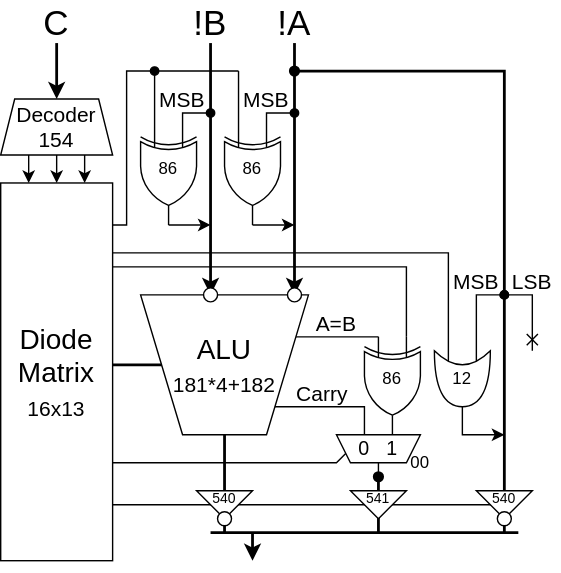
amane-uehara/kanade-k-1228.github.io keeps this draw.io diagram as Lab/Computer/RK16/9_Hardware/img/ALU.dio.svg. Above is the earlier version. Source tidied: cells renumbered, new cells last; positions are measured from the earlier drawing's top-left corner, leaving out a move shared by most shapes.
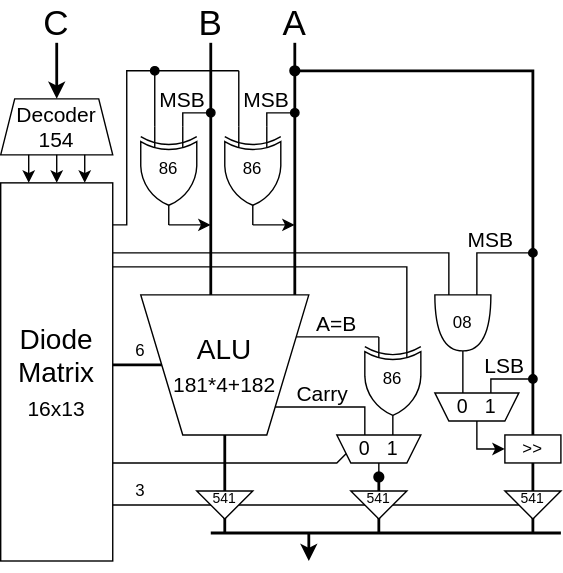
Above is the later version.

What changed in the source:
```diff
@@ -4,8 +4,8 @@
     <mxCell id="1" parent="0" />
     <mxCell id="2" style="endArrow=none;html=1;fontSize=20;strokeWidth=2;endFill=0;" parent="1" edge="1">
       <mxGeometry relative="1" as="geometry">
-        <mxPoint x="360" y="360" as="sourcePoint" />
-        <mxPoint x="360" y="380" as="targetPoint" />
+        <mxPoint x="380" y="360" as="sourcePoint" />
+        <mxPoint x="380" y="380" as="targetPoint" />
       </mxGeometry>
     </mxCell>
     <mxCell id="3" style="endArrow=none;html=1;fontSize=20;strokeWidth=2;endFill=0;" parent="1" edge="1">
@@ -29,13 +29,13 @@
         </Array>
       </mxGeometry>
     </mxCell>
-    <mxCell id="6" value="!A" style="text;html=1;strokeColor=none;fillColor=none;align=center;verticalAlign=middle;whiteSpace=wrap;rounded=0;fontSize=25;" parent="1" vertex="1">
+    <mxCell id="6" value="A" style="text;html=1;strokeColor=none;fillColor=none;align=center;verticalAlign=middle;whiteSpace=wrap;rounded=0;fontSize=25;" parent="1" vertex="1">
       <mxGeometry x="190" width="40" height="30" as="geometry" />
     </mxCell>
     <mxCell id="7" value="MSB" style="text;html=1;strokeColor=none;fillColor=none;align=center;verticalAlign=middle;whiteSpace=wrap;rounded=0;fontSize=15;" parent="1" vertex="1">
       <mxGeometry x="110" y="60" width="40" height="20" as="geometry" />
     </mxCell>
-    <mxCell id="8" style="endArrow=classic;html=1;fontSize=20;strokeWidth=2;" parent="1" edge="1">
+    <mxCell id="8" style="endArrow=none;html=1;fontSize=20;strokeWidth=2;endFill=0;" parent="1" edge="1">
       <mxGeometry relative="1" as="geometry">
         <mxPoint x="150" y="30" as="sourcePoint" />
         <mxPoint x="150" y="210" as="targetPoint" />
@@ -44,7 +44,7 @@
     <mxCell id="9" style="endArrow=none;html=1;fontSize=20;rounded=0;endFill=0;" parent="1" edge="1">
       <mxGeometry relative="1" as="geometry">
         <mxPoint x="80" y="180" as="sourcePoint" />
-        <mxPoint x="320" y="260" as="targetPoint" />
+        <mxPoint x="320" y="210" as="targetPoint" />
         <Array as="points">
           <mxPoint x="320" y="180" />
         </Array>
@@ -111,16 +111,16 @@
     <mxCell id="20" style="endArrow=none;html=1;fontSize=20;strokeWidth=2;rounded=0;endFill=0;startArrow=oval;startFill=1;" parent="1" edge="1">
       <mxGeometry relative="1" as="geometry">
         <mxPoint x="210" y="50" as="sourcePoint" />
-        <mxPoint x="360" y="350" as="targetPoint" />
+        <mxPoint x="380" y="310" as="targetPoint" />
         <Array as="points">
-          <mxPoint x="360" y="50" />
+          <mxPoint x="380" y="50" />
         </Array>
       </mxGeometry>
     </mxCell>
     <mxCell id="21" value="MSB" style="text;html=1;strokeColor=none;fillColor=none;align=center;verticalAlign=middle;whiteSpace=wrap;rounded=0;fontSize=15;" parent="1" vertex="1">
       <mxGeometry x="170" y="60" width="40" height="20" as="geometry" />
     </mxCell>
-    <mxCell id="22" style="endArrow=classic;html=1;fontSize=20;strokeWidth=2;" parent="1" edge="1">
+    <mxCell id="22" style="endArrow=none;html=1;fontSize=20;strokeWidth=2;endFill=0;" parent="1" edge="1">
       <mxGeometry relative="1" as="geometry">
         <mxPoint x="210" y="30" as="sourcePoint" />
         <mxPoint x="210" y="210" as="targetPoint" />
@@ -150,7 +150,7 @@
         <mxPoint x="170" y="50" as="targetPoint" />
       </mxGeometry>
     </mxCell>
-    <mxCell id="27" value="!B" style="text;html=1;strokeColor=none;fillColor=none;align=center;verticalAlign=middle;whiteSpace=wrap;rounded=0;fontSize=25;" parent="1" vertex="1">
+    <mxCell id="27" value="B" style="text;html=1;strokeColor=none;fillColor=none;align=center;verticalAlign=middle;whiteSpace=wrap;rounded=0;fontSize=25;" parent="1" vertex="1">
       <mxGeometry x="130" width="40" height="30" as="geometry" />
     </mxCell>
     <mxCell id="28" style="endArrow=none;html=1;fontSize=20;strokeWidth=2;endFill=0;" parent="1" edge="1">
@@ -166,35 +166,35 @@
       </mxGeometry>
     </mxCell>
     <mxCell id="30" value="LSB" style="text;html=1;strokeColor=none;fillColor=none;align=center;verticalAlign=middle;whiteSpace=wrap;rounded=0;fontSize=15;" parent="1" vertex="1">
-      <mxGeometry x="360" y="190" width="40" height="20" as="geometry" />
+      <mxGeometry x="340" y="250" width="40" height="20" as="geometry" />
     </mxCell>
     <mxCell id="31" value="MSB" style="text;html=1;strokeColor=none;fillColor=none;align=center;verticalAlign=middle;whiteSpace=wrap;rounded=0;fontSize=15;" parent="1" vertex="1">
-      <mxGeometry x="320" y="190" width="40" height="20" as="geometry" />
+      <mxGeometry x="330" y="160" width="40" height="20" as="geometry" />
     </mxCell>
     <mxCell id="32" style="endArrow=oval;html=1;fontSize=20;endFill=1;rounded=0;startArrow=none;startFill=0;" parent="1" edge="1">
       <mxGeometry relative="1" as="geometry">
-        <mxPoint x="340" y="260" as="sourcePoint" />
-        <mxPoint x="360" y="210" as="targetPoint" />
+        <mxPoint x="340" y="210" as="sourcePoint" />
+        <mxPoint x="380" y="180" as="targetPoint" />
         <Array as="points">
-          <mxPoint x="340" y="210" />
+          <mxPoint x="340" y="180" />
         </Array>
       </mxGeometry>
     </mxCell>
-    <mxCell id="33" style="endArrow=oval;html=1;fontSize=20;endFill=1;rounded=0;startArrow=cross;startFill=0;" parent="1" edge="1">
+    <mxCell id="33" style="endArrow=oval;html=1;fontSize=20;endFill=1;rounded=0;startArrow=none;startFill=0;" parent="1" edge="1">
       <mxGeometry relative="1" as="geometry">
-        <mxPoint x="380" y="250" as="sourcePoint" />
-        <mxPoint x="360" y="210" as="targetPoint" />
+        <mxPoint x="350" y="280" as="sourcePoint" />
+        <mxPoint x="380" y="270" as="targetPoint" />
         <Array as="points">
-          <mxPoint x="380" y="210" />
+          <mxPoint x="350" y="270" />
         </Array>
       </mxGeometry>
     </mxCell>
     <mxCell id="34" style="endArrow=classic;html=1;fontSize=20;endFill=1;rounded=0;" parent="1" edge="1">
       <mxGeometry relative="1" as="geometry">
-        <mxPoint x="330" y="290" as="sourcePoint" />
-        <mxPoint x="360" y="310" as="targetPoint" />
+        <mxPoint x="340" y="300" as="sourcePoint" />
+        <mxPoint x="360" y="320" as="targetPoint" />
         <Array as="points">
-          <mxPoint x="330" y="310" />
+          <mxPoint x="340" y="320" />
         </Array>
       </mxGeometry>
     </mxCell>
@@ -260,14 +260,14 @@
     </mxCell>
     <mxCell id="47" style="endArrow=classic;html=1;fontSize=20;strokeWidth=2;" parent="1" edge="1">
       <mxGeometry relative="1" as="geometry">
-        <mxPoint x="180" y="380" as="sourcePoint" />
-        <mxPoint x="180" y="400" as="targetPoint" />
+        <mxPoint x="220" y="380" as="sourcePoint" />
+        <mxPoint x="220" y="400" as="targetPoint" />
       </mxGeometry>
     </mxCell>
     <mxCell id="48" style="endArrow=none;html=1;fontSize=20;endFill=0;rounded=0;" parent="1" edge="1">
       <mxGeometry relative="1" as="geometry">
         <mxPoint x="80" y="360" as="sourcePoint" />
-        <mxPoint x="360" y="360" as="targetPoint" />
+        <mxPoint x="370" y="360" as="targetPoint" />
       </mxGeometry>
     </mxCell>
     <mxCell id="49" value="0" style="text;html=1;strokeColor=none;fillColor=none;align=center;verticalAlign=middle;whiteSpace=wrap;rounded=0;fontSize=14;" parent="1" vertex="1">
@@ -277,7 +277,7 @@
       <mxGeometry x="270" y="310" width="20" height="20" as="geometry" />
     </mxCell>
     <mxCell id="51" style="triangle;whiteSpace=wrap;html=1;fontSize=14;direction=south;" parent="1" vertex="1">
-      <mxGeometry x="340" y="350" width="40" height="20" as="geometry" />
+      <mxGeometry x="360" y="350" width="40" height="20" as="geometry" />
     </mxCell>
     <mxCell id="52" style="triangle;whiteSpace=wrap;html=1;fontSize=10;direction=south;" parent="1" vertex="1">
       <mxGeometry x="250" y="350" width="40" height="20" as="geometry" />
@@ -285,26 +285,20 @@
     <mxCell id="53" style="triangle;whiteSpace=wrap;html=1;fontSize=10;direction=south;" parent="1" vertex="1">
       <mxGeometry x="140" y="350" width="40" height="20" as="geometry" />
     </mxCell>
-    <mxCell id="54" style="ellipse;whiteSpace=wrap;html=1;" parent="1" vertex="1">
-      <mxGeometry x="155" y="365" width="10" height="10" as="geometry" />
-    </mxCell>
     <mxCell id="55" style="endArrow=none;html=1;fontSize=20;strokeWidth=2;endFill=0;" parent="1" edge="1">
       <mxGeometry relative="1" as="geometry">
         <mxPoint x="150" y="380" as="sourcePoint" />
-        <mxPoint x="370" y="380" as="targetPoint" />
+        <mxPoint x="400" y="380" as="targetPoint" />
       </mxGeometry>
     </mxCell>
-    <mxCell id="56" value="00" style="text;html=1;strokeColor=none;fillColor=none;align=center;verticalAlign=middle;whiteSpace=wrap;rounded=0;" parent="1" vertex="1">
-      <mxGeometry x="290" y="320" width="20" height="20" as="geometry" />
-    </mxCell>
-    <mxCell id="57" value="540" style="text;html=1;strokeColor=none;fillColor=none;align=center;verticalAlign=middle;whiteSpace=wrap;rounded=0;fontSize=10;" parent="1" vertex="1">
+    <mxCell id="57" value="541" style="text;html=1;strokeColor=none;fillColor=none;align=center;verticalAlign=middle;whiteSpace=wrap;rounded=0;fontSize=10;" parent="1" vertex="1">
       <mxGeometry x="150" y="350" width="20" height="10" as="geometry" />
     </mxCell>
     <mxCell id="58" value="541" style="text;html=1;strokeColor=none;fillColor=none;align=center;verticalAlign=middle;whiteSpace=wrap;rounded=0;fontSize=10;" parent="1" vertex="1">
       <mxGeometry x="260" y="350" width="20" height="10" as="geometry" />
     </mxCell>
-    <mxCell id="59" value="540" style="text;html=1;strokeColor=none;fillColor=none;align=center;verticalAlign=middle;whiteSpace=wrap;rounded=0;fontSize=10;" parent="1" vertex="1">
-      <mxGeometry x="350" y="350" width="20" height="10" as="geometry" />
+    <mxCell id="59" value="541" style="text;html=1;strokeColor=none;fillColor=none;align=center;verticalAlign=middle;whiteSpace=wrap;rounded=0;fontSize=10;" parent="1" vertex="1">
+      <mxGeometry x="370" y="350" width="20" height="10" as="geometry" />
     </mxCell>
     <mxCell id="60" value="86" style="text;html=1;strokeColor=none;fillColor=none;align=center;verticalAlign=middle;whiteSpace=wrap;rounded=0;" parent="1" vertex="1">
       <mxGeometry x="270" y="260" width="20" height="20" as="geometry" />
@@ -315,20 +309,41 @@
     <mxCell id="62" value="86" style="text;html=1;strokeColor=none;fillColor=none;align=center;verticalAlign=middle;whiteSpace=wrap;rounded=0;" parent="1" vertex="1">
       <mxGeometry x="110" y="110" width="20" height="20" as="geometry" />
     </mxCell>
-    <mxCell id="63" style="ellipse;whiteSpace=wrap;html=1;" parent="1" vertex="1">
-      <mxGeometry x="355" y="365" width="10" height="10" as="geometry" />
-    </mxCell>
-    <mxCell id="64" style="ellipse;whiteSpace=wrap;html=1;" parent="1" vertex="1">
-      <mxGeometry x="145" y="205" width="10" height="10" as="geometry" />
-    </mxCell>
-    <mxCell id="65" style="ellipse;whiteSpace=wrap;html=1;" parent="1" vertex="1">
-      <mxGeometry x="205" y="205" width="10" height="10" as="geometry" />
-    </mxCell>
-    <mxCell id="66" style="shape=xor;whiteSpace=wrap;html=1;fontSize=10;direction=south;" parent="1" vertex="1">
-      <mxGeometry x="310" y="250" width="40" height="40" as="geometry" />
-    </mxCell>
+    <mxCell id="68" value="6" style="text;html=1;strokeColor=none;fillColor=none;align=center;verticalAlign=middle;whiteSpace=wrap;rounded=0;" parent="1" vertex="1">
+      <mxGeometry x="90" y="240" width="20" height="20" as="geometry" />
+    </mxCell>
+    <mxCell id="69" value="3" style="text;html=1;strokeColor=none;fillColor=none;align=center;verticalAlign=middle;whiteSpace=wrap;rounded=0;" parent="1" vertex="1">
+      <mxGeometry x="90" y="340" width="20" height="20" as="geometry" />
+    </mxCell>
+    <mxCell id="70" style="shape=or;whiteSpace=wrap;html=1;direction=south;" parent="1" vertex="1">
+      <mxGeometry x="310" y="210" width="40" height="40" as="geometry" />
+    </mxCell>
-    <mxCell id="67" value="12" style="text;html=1;strokeColor=none;fillColor=none;align=center;verticalAlign=middle;whiteSpace=wrap;rounded=0;" parent="1" vertex="1">
-      <mxGeometry x="320" y="260" width="20" height="20" as="geometry" />
+    <mxCell id="67" value="08" style="text;html=1;strokeColor=none;fillColor=none;align=center;verticalAlign=middle;whiteSpace=wrap;rounded=0;" parent="1" vertex="1">
+      <mxGeometry x="320" y="220" width="20" height="20" as="geometry" />
     </mxCell>
+    <mxCell id="71" value="&amp;gt;&amp;gt;" style="rounded=0;whiteSpace=wrap;html=1;" parent="1" vertex="1">
+      <mxGeometry x="360" y="310" width="40" height="20" as="geometry" />
+    </mxCell>
+    <mxCell id="72" style="endArrow=none;html=1;strokeWidth=2;" parent="1" edge="1">
+      <mxGeometry relative="1" as="geometry">
+        <mxPoint x="380" y="350" as="sourcePoint" />
+        <mxPoint x="380" y="330" as="targetPoint" />
+      </mxGeometry>
+    </mxCell>
+    <mxCell id="73" style="shape=trapezoid;perimeter=trapezoidPerimeter;whiteSpace=wrap;html=1;fixedSize=1;direction=west;fontSize=15;size=10;" parent="1" vertex="1">
+      <mxGeometry x="310" y="280" width="60" height="20" as="geometry" />
+    </mxCell>
+    <mxCell id="74" value="0" style="text;html=1;strokeColor=none;fillColor=none;align=center;verticalAlign=middle;whiteSpace=wrap;rounded=0;fontSize=14;" parent="1" vertex="1">
+      <mxGeometry x="320" y="280" width="20" height="20" as="geometry" />
+    </mxCell>
+    <mxCell id="75" value="1" style="text;html=1;strokeColor=none;fillColor=none;align=center;verticalAlign=middle;whiteSpace=wrap;rounded=0;fontSize=14;" parent="1" vertex="1">
+      <mxGeometry x="340" y="280" width="20" height="20" as="geometry" />
+    </mxCell>
+    <mxCell id="76" style="endArrow=none;html=1;strokeWidth=1;" parent="1" edge="1">
+      <mxGeometry relative="1" as="geometry">
+        <mxPoint x="330" y="280" as="sourcePoint" />
+        <mxPoint x="330" y="250" as="targetPoint" />
+      </mxGeometry>
+    </mxCell>
   </root>
 </mxGraphModel>
```
